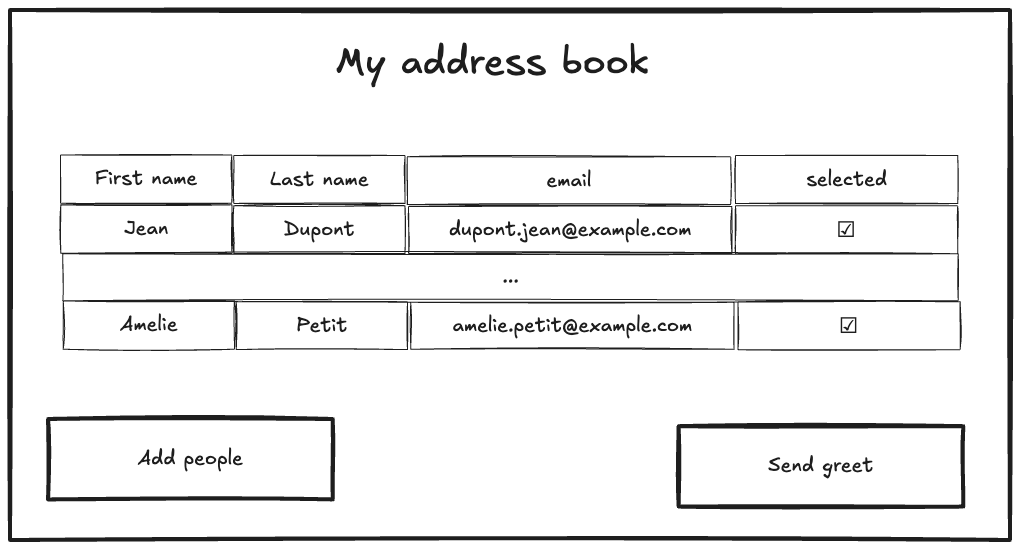
mathieucans/access-driven-dev-kata keeps this Excalidraw diagram as address-book-example.png. Above is the earlier version. Source tidied: one line per element, renumbered; positions are measured from the earlier drawing's top-left corner, leaving out a move shared by most shapes.
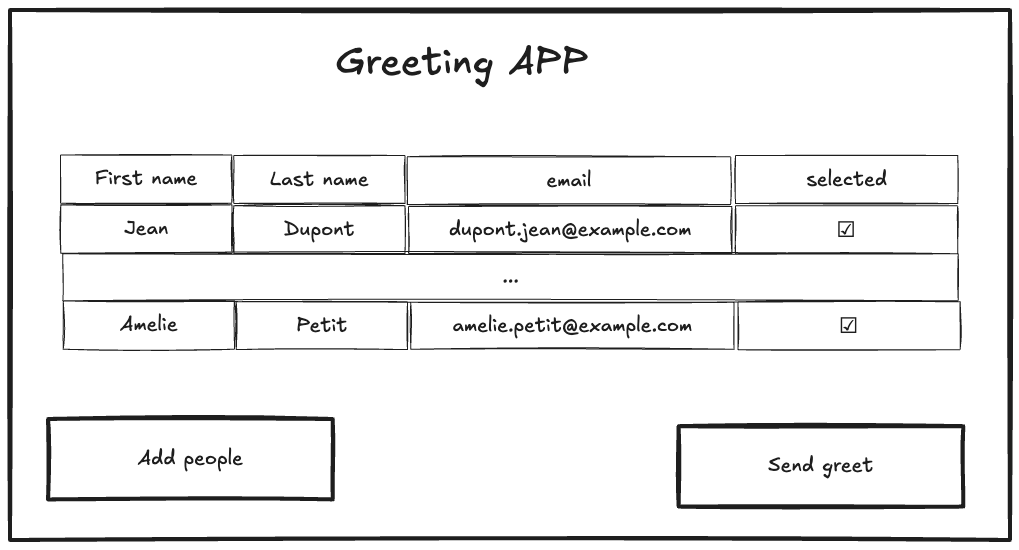
The same file after the commit.

Commit message:
Rename Address book into greeting app (image)

What changed in the source:
```diff
@@ -1,5 +1,5 @@
 {"id": 0, "type": "rectangle", "strokeColor": "#1e1e1e", "strokeWidth": 4, "roughness": 1, "x": 0, "y": 0, "width": 1000, "height": 530}
-{"id": 1, "type": "text", "text": "My address book", "strokeColor": "#1e1e1e", "strokeWidth": 4, "roughness": 1, "fontSize": 38.28, "fontFamily": 5, "x": 326, "y": 29, "width": 313, "height": 48}
+{"id": 1, "type": "text", "text": "Greeting APP", "strokeColor": "#1e1e1e", "strokeWidth": 4, "roughness": 1, "fontSize": 38.28, "fontFamily": 5, "x": 326, "y": 29, "width": 252, "height": 48}
 {"id": 2, "type": "rectangle", "strokeColor": "#1e1e1e", "strokeWidth": 4, "roughness": 1, "x": 38, "y": 409, "width": 285, "height": 80}
 {"id": 3, "type": "text", "text": "Add people", "strokeColor": "#1e1e1e", "strokeWidth": 4, "roughness": 1, "fontSize": 20, "fontFamily": 5, "textAlign": "center", "verticalAlign": "middle", "inside": 2, "x": 128, "y": 437, "width": 105, "height": 25}
 {"id": 4, "type": "rectangle", "strokeColor": "#1e1e1e", "strokeWidth": 1, "roughness": 1, "x": 51, "y": 145, "width": 171, "height": 48}
```
